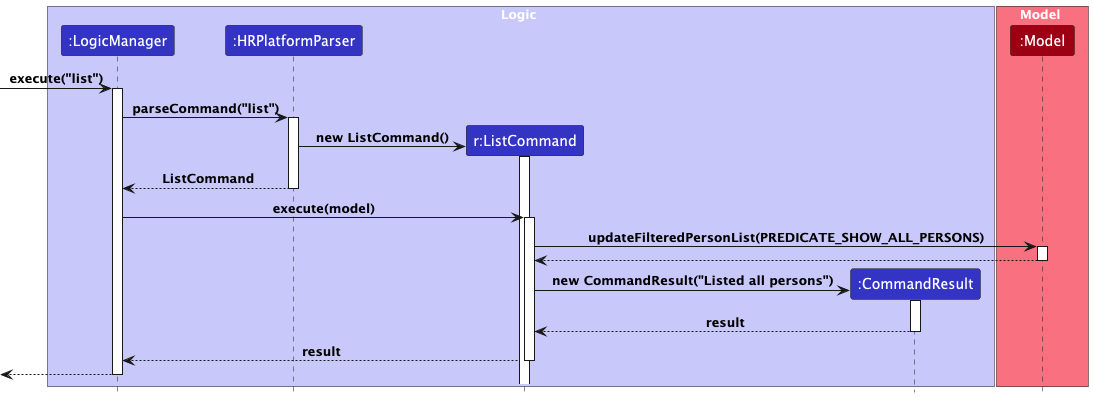
nus-cs2103-AY2425S1/tp keeps this PlantUML diagram as docs/images/ListCommandSequenceDiagram.png. Above is the earlier version.
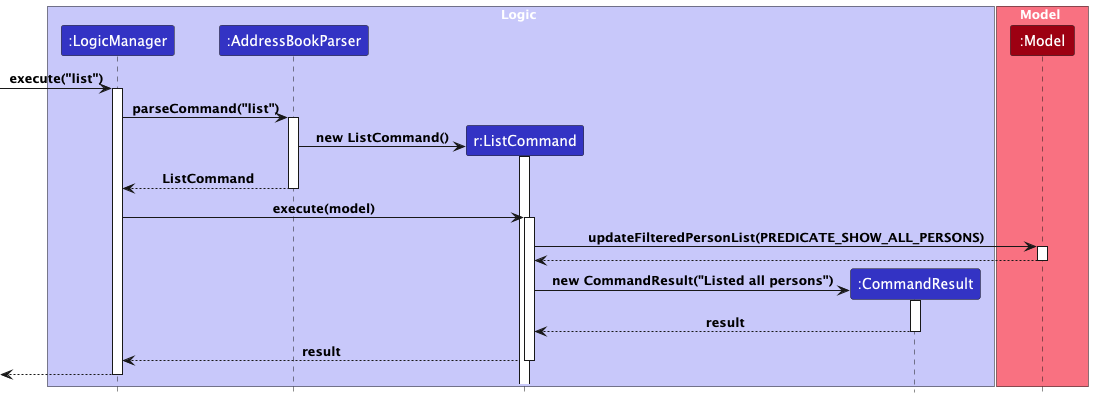
Above is the later version.

Diff of the diagram source:
```diff
@@ -3,7 +3,7 @@
 
 box Logic LOGIC_COLOR_T1
 participant ":LogicManager" as LogicManager LOGIC_COLOR
-participant ":HRPlatformParser" as HRPlatformParser LOGIC_COLOR
+participant ":AddressBookParser" as AddressBookParser LOGIC_COLOR
 participant "r:ListCommand" as ListCommand LOGIC_COLOR
 participant ":CommandResult" as CommandResult LOGIC_COLOR
 end box
@@ -15,15 +15,15 @@
 [-> LogicManager : execute("list")
 activate LogicManager
 
-LogicManager -> HRPlatformParser : parseCommand("list")
-activate HRPlatformParser
+LogicManager -> AddressBookParser : parseCommand("list")
+activate AddressBookParser
 
 create ListCommand
-HRPlatformParser -> ListCommand : new ListCommand()
+AddressBookParser -> ListCommand : new ListCommand()
 activate ListCommand
 
-HRPlatformParser --> LogicManager : ListCommand
-deactivate HRPlatformParser
+AddressBookParser --> LogicManager : ListCommand
+deactivate AddressBookParser
 
 LogicManager -> ListCommand : execute(model)
 activate ListCommand
```
